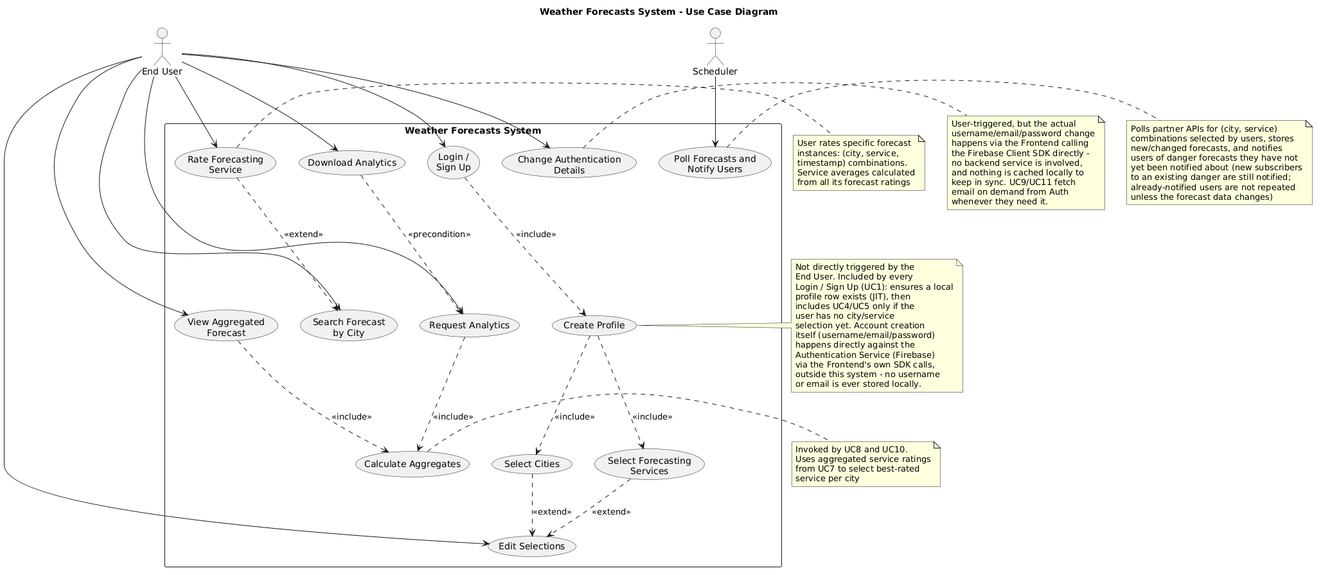
This is requirements/usecase_diagram.png from ManosMorf97/Weather-Forecasts-AI-Remastered, a PlantUML export, as it was before one commit.
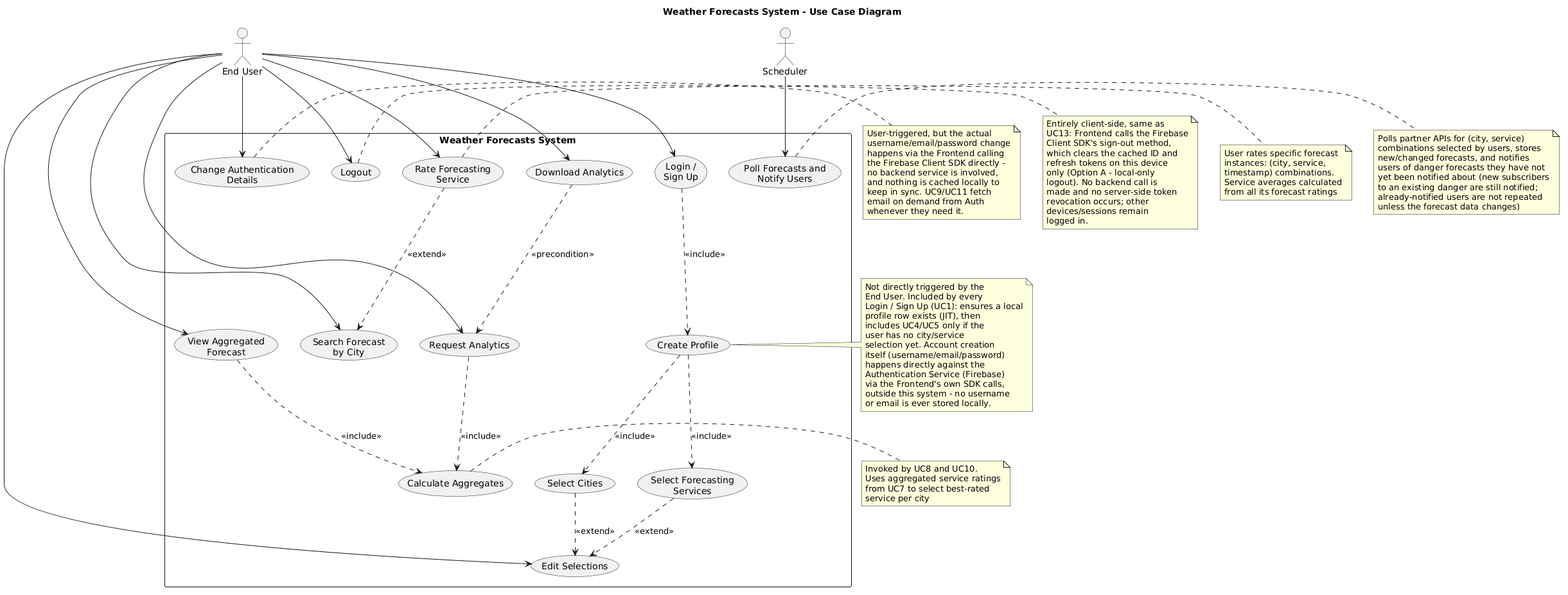
After the change.

Change to the diagram source:
```diff
@@ -10,6 +10,7 @@
     usecase "Create Profile" as UC2
     usecase "Edit Selections" as UC3
     usecase "Change Authentication\nDetails" as UC13
+    usecase "Logout" as UC14
 
     usecase "Select Cities" as UC4
     usecase "Select Forecasting\nServices" as UC5
@@ -29,6 +30,7 @@
 User --> UC1
 User --> UC3
 User --> UC13
+User --> UC14
 User --> UC6
 User --> UC7
 User --> UC8
@@ -76,6 +78,20 @@
   whenever they need it.
 end note
 
+note right of UC14
+  Entirely client-side, same as
+  UC13: Frontend calls the Firebase
+  Client SDK's sign-out method,
+  which clears the cached ID and
+  refresh tokens on this device
+  only (Option A - local-only
+  logout). No backend call is
+  made and no server-side token
+  revocation occurs; other
+  devices/sessions remain
+  logged in.
+end note
+
 note right of UC7
   User rates specific forecast
   instances: (city, service,
```
